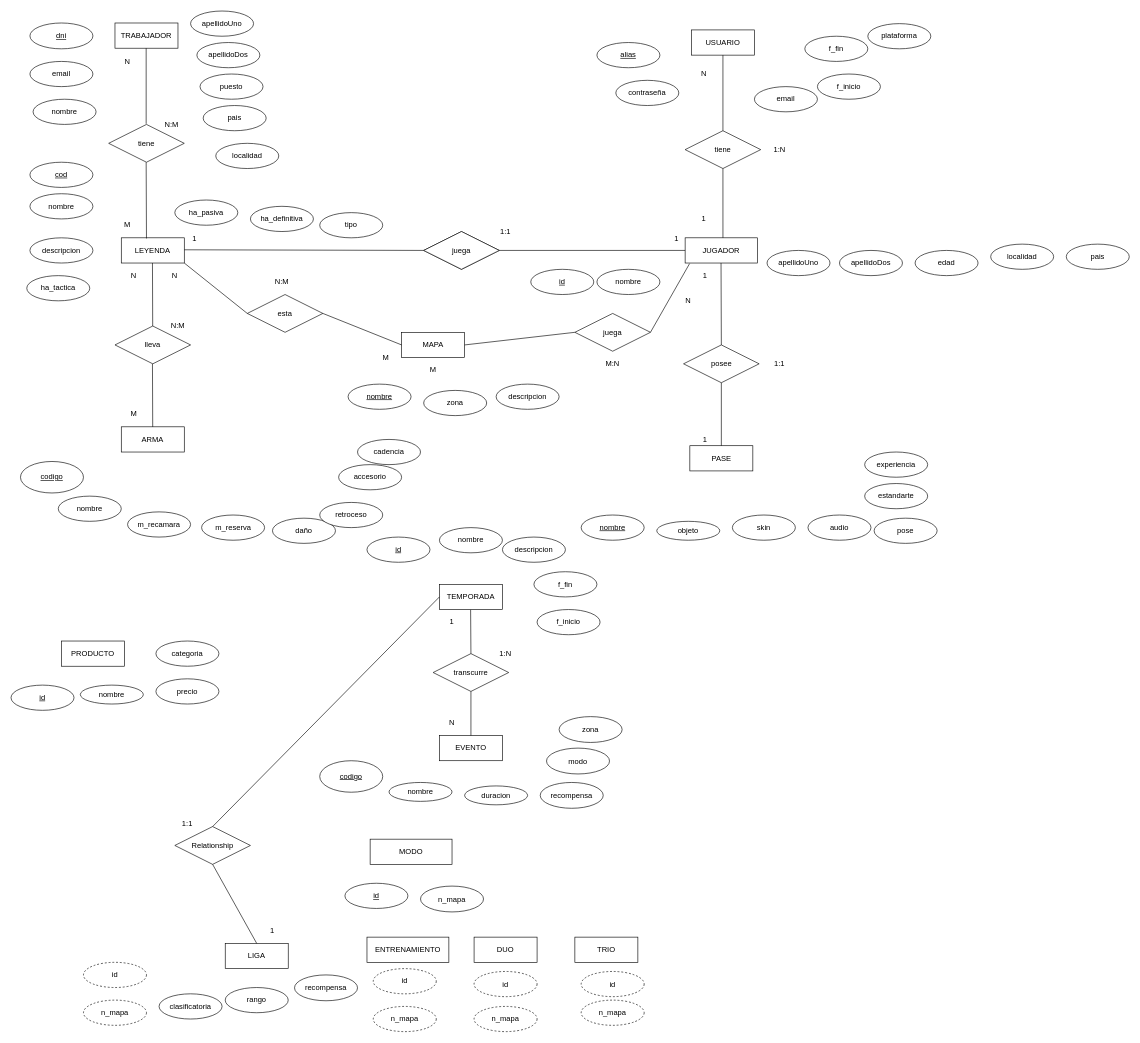
Before: modelo_entidad_relacion/modelo_entidad_relacion.drawio in raulgp97/base_de_datos_apex_leyends, a draw.io diagram. Source tidied: cells renumbered, new cells numbered last; positions are measured from the earlier drawing's top-left corner, leaving out a move shared by most shapes. Both pictures are drawn from the tidied source at 63%, with x=0, y=0 at pixel (11, 11).
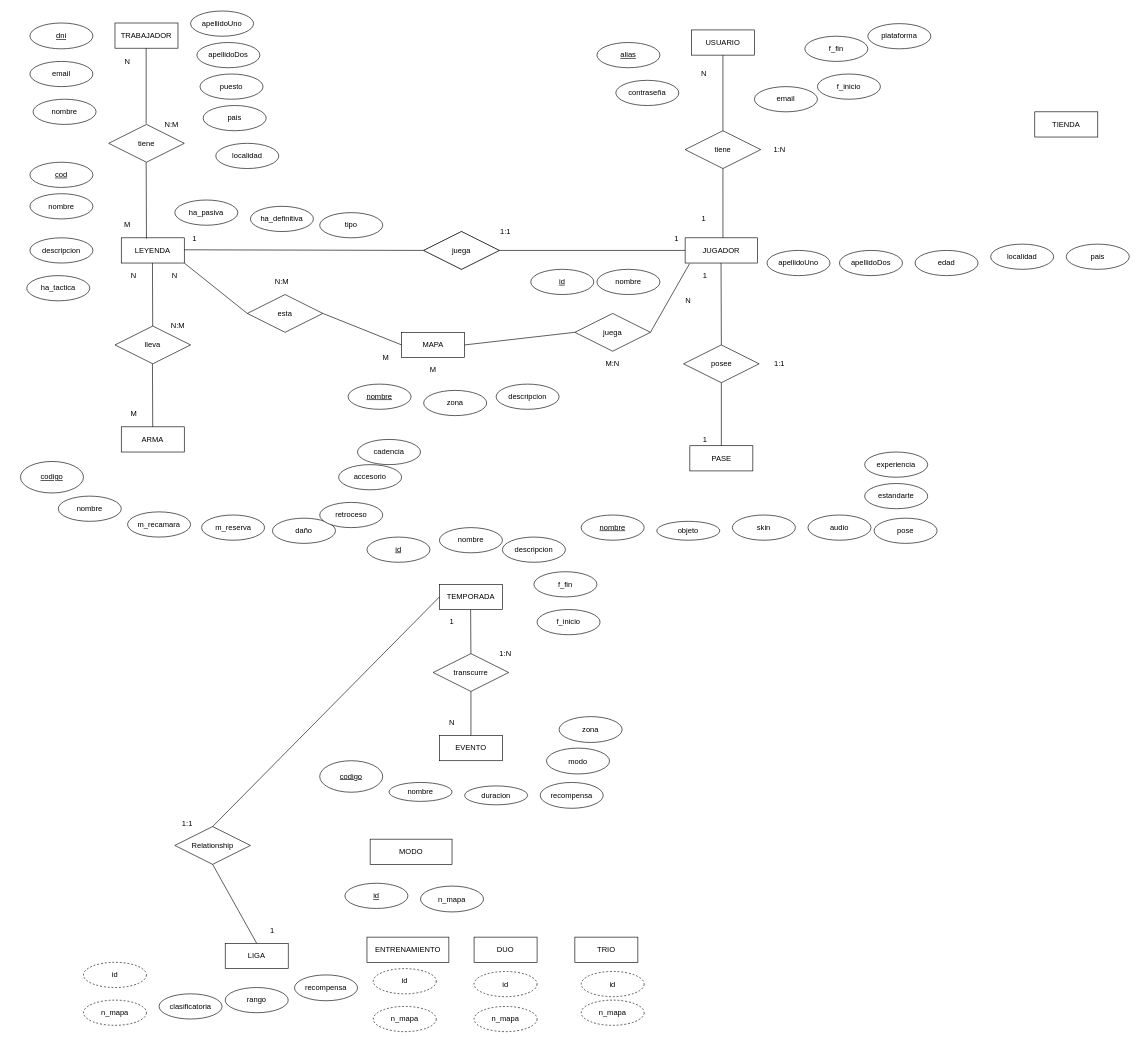
The same diagram, later.

Commit message:
Eliminacion entidad producto.

He eliminado la entidad producto junto a sus atributos, también he creado una nueva entidad llamada tienda.

Diff of the diagram source:
```diff
@@
-    <mxCell id="10" value="PRODUCTO" style="whiteSpace=wrap;html=1;align=center;" parent="1" vertex="1">
-      <mxGeometry x="80" y="1000" width="100" height="40" as="geometry" />
-    </mxCell>
@@
-    <mxCell id="61" value="id" style="ellipse;whiteSpace=wrap;html=1;align=center;fontStyle=4;" parent="1" vertex="1">
-      <mxGeometry y="1070" width="100" height="40" as="geometry" />
-    </mxCell>
-    <mxCell id="62" value="precio" style="ellipse;whiteSpace=wrap;html=1;align=center;" parent="1" vertex="1">
-      <mxGeometry x="230" y="1060" width="100" height="40" as="geometry" />
-    </mxCell>
-    <mxCell id="63" value="nombre" style="ellipse;whiteSpace=wrap;html=1;align=center;" parent="1" vertex="1">
-      <mxGeometry x="110" y="1070" width="100" height="30" as="geometry" />
-    </mxCell>
-    <mxCell id="64" value="categoria" style="ellipse;whiteSpace=wrap;html=1;align=center;" parent="1" vertex="1">
-      <mxGeometry x="230" y="1000" width="100" height="40" as="geometry" />
-    </mxCell>
@@
+    <mxCell id="145" value="TIENDA" style="whiteSpace=wrap;html=1;align=center;" parent="1" vertex="1">
+      <mxGeometry x="1625" y="160" width="100" height="40" as="geometry" />
+    </mxCell>
```
